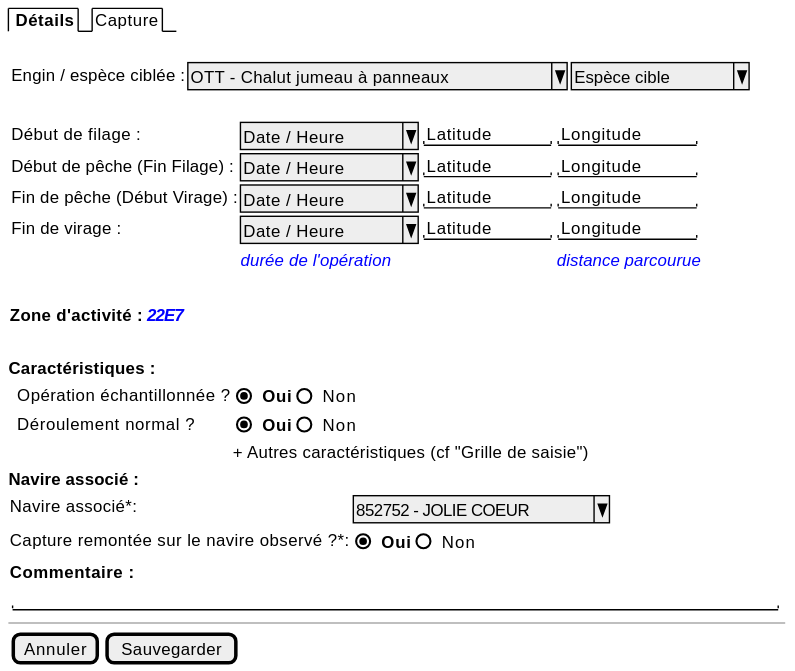
Earlier version of the PlantUML export projects/obsmer/spe/images/operation-twin-trawl.svg (sumaris-net/sumaris-doc).
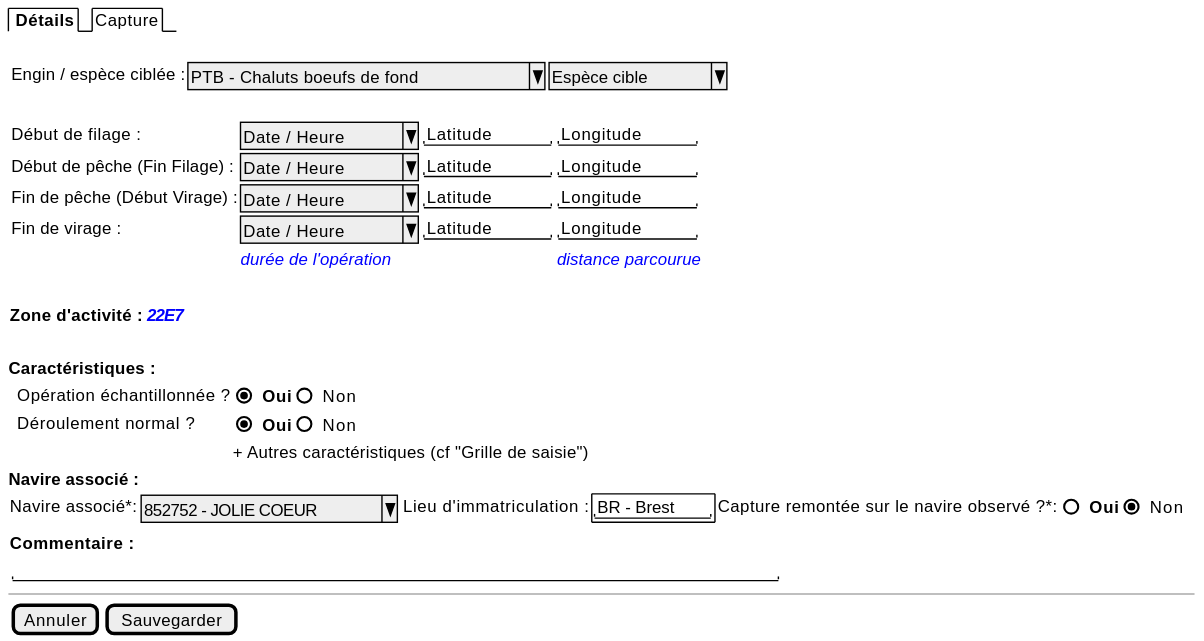
Above is the later version.

Commit message:
fix(projects/obsmer/spe) Fix operation UI for pair trawl

What changed in the source:
```diff
@@ -4,7 +4,7 @@
   {/ <b> Détails | Capture }
   .
     {
-      { Engin / espèce ciblée : | ^ OTT - Chalut jumeau à panneaux ^ | ^ Espèce cible ^ }
+      { Engin / espèce ciblée : | ^ PTB - Chaluts boeufs de fond ^ | ^ Espèce cible ^ }
         .
       {
         Début de filage : | ^ Date / Heure ^ | "Latitude   " | "Longitude   "
@@ -31,8 +31,8 @@
     <b>Navire associé :
 
     {
-        Navire associé*:                   | { ^852752 - JOLIE COEUR ^ }
-        Capture remontée sur le navire observé ?*: | { (X) <b>Oui | () Non }
+        Navire associé*:                   | { ^852752 - JOLIE COEUR ^ } | Lieu d'immatriculation : {+ "BR - Brest"}
+        Capture remontée sur le navire observé ?*: | { () <b>Oui | (X) Non } | .
     }
 
     {
```
